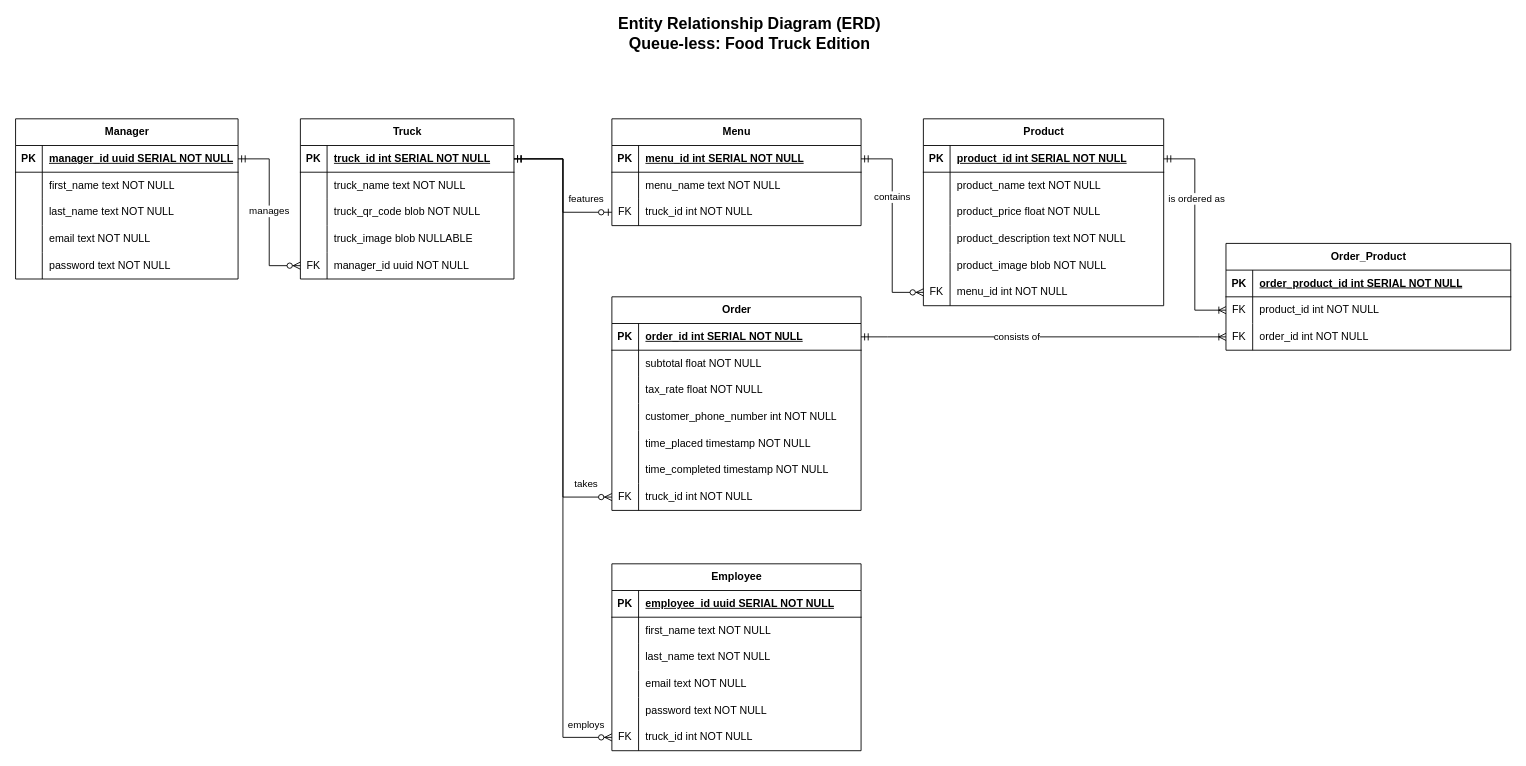
Above: qless/documentation/ERD.drawio in MasonKrause7/qless-host (draw.io), before the change. Source tidied: cells renumbered, new cells numbered last; positions are measured from the earlier drawing's top-left corner, leaving out a move shared by most shapes. Both pictures are drawn from the tidied source at 89%, with x=0, y=0 at pixel (15, 20).
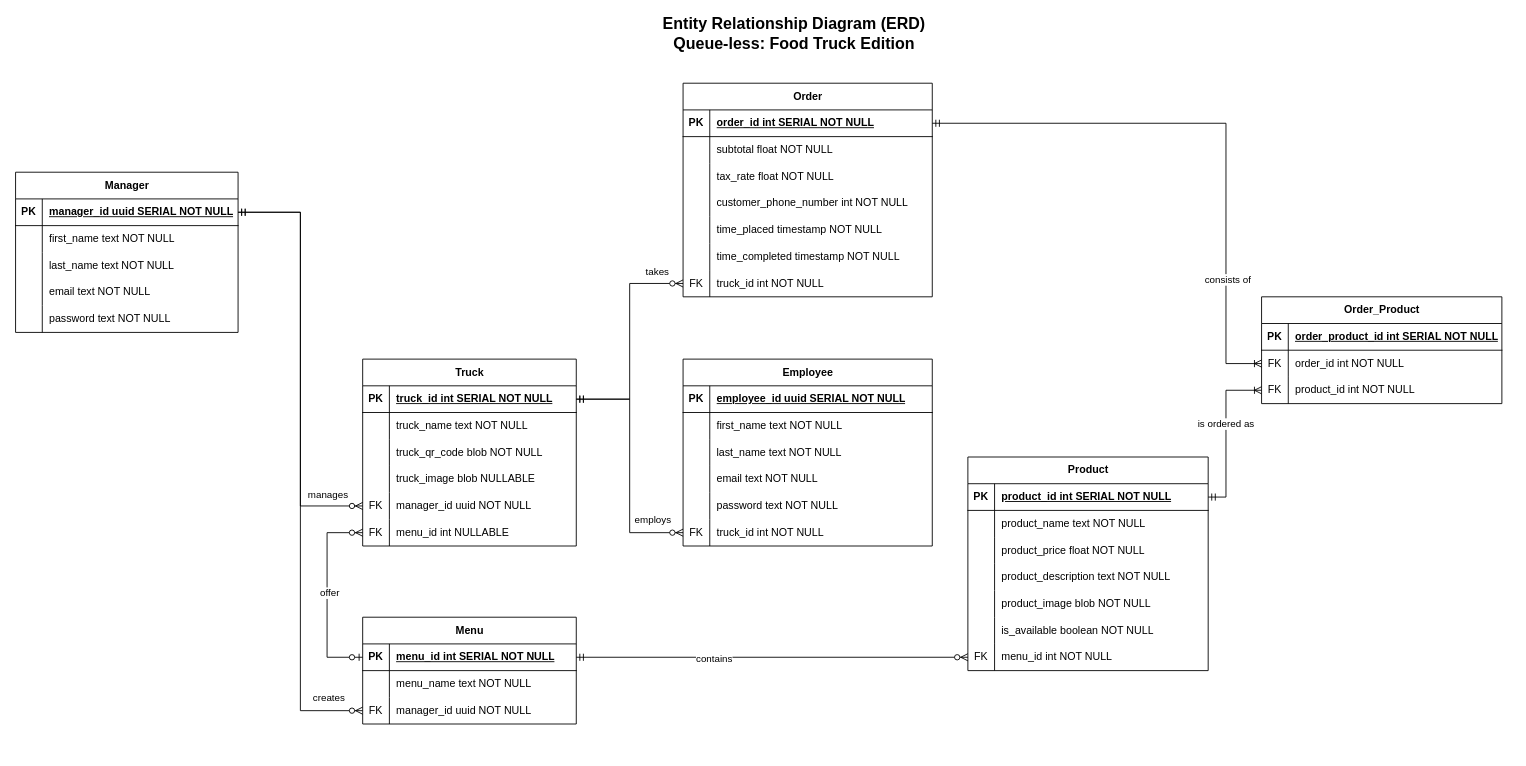
Above is the later version.

Unchanged cells that the change refers to:
```xml
<mxCell id="3" style="shape=tableRow;horizontal=0;startSize=0;swimlaneHead=0;swimlaneBody=0;fillColor=none;points=[[0,0.5],[1,0.5]];portConstraint=eastwest;top=0;left=0;right=0;bottom=1;" parent="2" vertex="1">
  <mxGeometry y="30" width="240" height="30" as="geometry" />
</mxCell>
<mxCell id="19" style="shape=tableRow;horizontal=0;startSize=0;swimlaneHead=0;swimlaneBody=0;fillColor=none;points=[[0,0.5],[1,0.5]];portConstraint=eastwest;top=0;left=0;right=0;bottom=1;" parent="18" vertex="1">
  <mxGeometry y="30" width="250" height="30" as="geometry" />
</mxCell>
<mxCell id="45" style="shape=tableRow;horizontal=0;startSize=0;swimlaneHead=0;swimlaneBody=0;fillColor=none;points=[[0,0.5],[1,0.5]];portConstraint=eastwest;top=0;left=0;right=0;bottom=1;" parent="44" vertex="1">
  <mxGeometry y="30" width="280" height="30" as="geometry" />
</mxCell>
<mxCell id="63" style="shape=tableRow;horizontal=0;startSize=0;swimlaneHead=0;swimlaneBody=0;fillColor=none;points=[[0,0.5],[1,0.5]];portConstraint=eastwest;top=0;left=0;right=0;bottom=0;" parent="44" vertex="1">
  <mxGeometry y="210" width="280" height="30" as="geometry" />
</mxCell>
<mxCell id="67" style="shape=tableRow;horizontal=0;startSize=0;swimlaneHead=0;swimlaneBody=0;fillColor=none;points=[[0,0.5],[1,0.5]];portConstraint=eastwest;top=0;left=0;right=0;bottom=1;" parent="66" vertex="1">
  <mxGeometry y="30" width="270" height="30" as="geometry" />
</mxCell>
<mxCell id="82" style="shape=tableRow;horizontal=0;startSize=0;swimlaneHead=0;swimlaneBody=0;fillColor=none;points=[[0,0.5],[1,0.5]];portConstraint=eastwest;top=0;left=0;right=0;bottom=0;" parent="66" vertex="1">
  <mxGeometry y="180" width="270" height="30" as="geometry" />
</mxCell>
<mxCell id="101" style="edgeStyle=orthogonalEdgeStyle;fontSize=12;html=1;endArrow=ERzeroToMany;startArrow=ERmandOne;rounded=0;exitX=1;exitY=0.5;exitDx=0;exitDy=0;entryX=0;entryY=0.5;entryDx=0;entryDy=0;" parent="1" edge="1" source="3" target="63">
  <mxGeometry relative="1" as="geometry" />
</mxCell>
<mxCell id="105" style="edgeStyle=orthogonalEdgeStyle;fontSize=12;html=1;endArrow=ERzeroToMany;startArrow=ERmandOne;rounded=0;exitX=1;exitY=0.5;exitDx=0;exitDy=0;entryX=0;entryY=0.5;entryDx=0;entryDy=0;" parent="1" edge="1" source="19" target="15">
  <mxGeometry relative="1" as="geometry" />
</mxCell>
<mxCell id="127" style="edgeStyle=orthogonalEdgeStyle;fontSize=12;html=1;endArrow=ERzeroToMany;startArrow=ERmandOne;rounded=0;exitX=1;exitY=0.5;exitDx=0;exitDy=0;entryX=0;entryY=0.5;entryDx=0;entryDy=0;" parent="1" edge="1" source="3" target="124">
  <mxGeometry relative="1" as="geometry" />
</mxCell>
```

Change to the diagram source:
```diff
@@
     <mxCell id="2" value="Truck" style="shape=table;startSize=30;childLayout=tableLayout;rowLines=0;fontStyle=1;align=center;html=1;" parent="1" vertex="1">
-      <mxGeometry x="320" y="110" width="240" height="180" as="geometry" />
+      <mxGeometry x="390" y="380" width="240" height="210" as="geometry" />
     </mxCell>
@@
+    <mxCell id="129" style="shape=tableRow;horizontal=0;startSize=0;swimlaneHead=0;swimlaneBody=0;fillColor=none;points=[[0,0.5],[1,0.5]];portConstraint=eastwest;top=0;left=0;right=0;bottom=0;" parent="2" vertex="1">
+      <mxGeometry y="180" width="240" height="30" as="geometry" />
+    </mxCell>
+    <mxCell id="130" value="FK" style="shape=partialRectangle;fillColor=none;top=0;left=0;bottom=0;right=0;overflow=hidden;whiteSpace=wrap;html=1;" parent="129" vertex="1">
+      <mxGeometry width="30" height="30" as="geometry" />
+    </mxCell>
+    <mxCell id="131" value="menu_id int NULLABLE" style="shape=partialRectangle;fillColor=none;top=0;left=0;bottom=0;right=0;align=left;spacingLeft=6;overflow=hidden;whiteSpace=wrap;html=1;" parent="129" vertex="1">
+      <mxGeometry x="30" width="210" height="30" as="geometry" />
+    </mxCell>
     <mxCell id="18" value="Manager" style="shape=table;startSize=30;childLayout=tableLayout;rowLines=0;fontStyle=1;align=center;html=1;" parent="1" vertex="1">
-      <mxGeometry y="110" width="250" height="180" as="geometry" />
+      <mxGeometry y="170" width="250" height="180" as="geometry" />
     </mxCell>
@@
     <mxCell id="34" value="Menu" style="shape=table;startSize=30;childLayout=tableLayout;rowLines=0;fontStyle=1;align=center;html=1;" parent="1" vertex="1">
-      <mxGeometry x="670" y="110" width="280" height="120" as="geometry" />
+      <mxGeometry x="390" y="670" width="240" height="120" as="geometry" />
     </mxCell>
     <mxCell id="35" style="shape=tableRow;horizontal=0;startSize=0;swimlaneHead=0;swimlaneBody=0;fillColor=none;points=[[0,0.5],[1,0.5]];portConstraint=eastwest;top=0;left=0;right=0;bottom=1;" parent="34" vertex="1">
-      <mxGeometry y="30" width="280" height="30" as="geometry" />
+      <mxGeometry y="30" width="240" height="30" as="geometry" />
     </mxCell>
@@
     <mxCell id="37" value="menu_id int SERIAL NOT NULL" style="shape=partialRectangle;fillColor=none;top=0;left=0;bottom=0;right=0;align=left;spacingLeft=6;fontStyle=5;overflow=hidden;whiteSpace=wrap;html=1;" parent="35" vertex="1">
-      <mxGeometry x="30" width="250" height="30" as="geometry" />
+      <mxGeometry x="30" width="210" height="30" as="geometry" />
     </mxCell>
     <mxCell id="38" style="shape=tableRow;horizontal=0;startSize=0;swimlaneHead=0;swimlaneBody=0;fillColor=none;top=0;left=0;right=0;bottom=0;" parent="34" vertex="1">
-      <mxGeometry y="60" width="280" height="30" as="geometry" />
+      <mxGeometry y="60" width="240" height="30" as="geometry" />
     </mxCell>
@@
     <mxCell id="40" value="menu_name text NOT NULL" style="shape=partialRectangle;fillColor=none;top=0;left=0;bottom=0;right=0;align=left;spacingLeft=6;overflow=hidden;whiteSpace=wrap;html=1;" parent="38" vertex="1">
-      <mxGeometry x="30" width="250" height="30" as="geometry" />
+      <mxGeometry x="30" width="210" height="30" as="geometry" />
     </mxCell>
-    <mxCell id="41" style="shape=tableRow;horizontal=0;startSize=0;swimlaneHead=0;swimlaneBody=0;fillColor=none;points=[[0,0.5],[1,0.5]];portConstraint=eastwest;top=0;left=0;right=0;bottom=0;" parent="34" vertex="1">
-      <mxGeometry y="90" width="280" height="30" as="geometry" />
-    </mxCell>
-    <mxCell id="42" value="FK" style="shape=partialRectangle;fillColor=none;top=0;left=0;bottom=0;right=0;overflow=hidden;whiteSpace=wrap;html=1;" parent="41" vertex="1">
-      <mxGeometry width="30" height="30" as="geometry" />
-    </mxCell>
-    <mxCell id="43" value="truck_id int NOT NULL" style="shape=partialRectangle;fillColor=none;top=0;left=0;bottom=0;right=0;align=left;spacingLeft=6;overflow=hidden;whiteSpace=wrap;html=1;" parent="41" vertex="1">
-      <mxGeometry x="30" width="250" height="30" as="geometry" />
-    </mxCell>
+    <mxCell id="132" style="shape=tableRow;horizontal=0;startSize=0;swimlaneHead=0;swimlaneBody=0;fillColor=none;points=[[0,0.5],[1,0.5]];portConstraint=eastwest;top=0;left=0;right=0;bottom=0;" parent="34" vertex="1">
+      <mxGeometry y="90" width="240" height="30" as="geometry" />
+    </mxCell>
+    <mxCell id="133" value="FK" style="shape=partialRectangle;fillColor=none;top=0;left=0;bottom=0;right=0;overflow=hidden;whiteSpace=wrap;html=1;" parent="132" vertex="1">
+      <mxGeometry width="30" height="30" as="geometry" />
+    </mxCell>
+    <mxCell id="134" value="manager_id uuid NOT NULL" style="shape=partialRectangle;fillColor=none;top=0;left=0;bottom=0;right=0;align=left;spacingLeft=6;overflow=hidden;whiteSpace=wrap;html=1;" parent="132" vertex="1">
+      <mxGeometry x="30" width="210" height="30" as="geometry" />
+    </mxCell>
     <mxCell id="44" value="Order" style="shape=table;startSize=30;childLayout=tableLayout;rowLines=0;fontStyle=1;align=center;html=1;" parent="1" vertex="1">
-      <mxGeometry x="670" y="310" width="280" height="240" as="geometry" />
+      <mxGeometry x="750" y="70" width="280" height="240" as="geometry" />
     </mxCell>
@@
-    <mxCell id="64" value="FK" style="shape=partialRectangle;fillColor=none;top=0;left=0;bottom=0;right=0;overflow=hidden;whiteSpace=wrap;html=1;" parent="63" vertex="1">
-      <mxGeometry width="30" height="30" as="geometry" />
-    </mxCell>
+    <mxCell id="135" value="FK" style="shape=partialRectangle;fillColor=none;top=0;left=0;bottom=0;right=0;overflow=hidden;whiteSpace=wrap;html=1;" parent="63" vertex="1">
+      <mxGeometry width="30" height="30" as="geometry" />
+    </mxCell>
@@
     <mxCell id="66" value="Product" style="shape=table;startSize=30;childLayout=tableLayout;rowLines=0;fontStyle=1;align=center;html=1;" parent="1" vertex="1">
-      <mxGeometry x="1020" y="110" width="270" height="210" as="geometry" />
+      <mxGeometry x="1070" y="490" width="270" height="240" as="geometry" />
     </mxCell>
@@
-    <mxCell id="83" value="FK" style="shape=partialRectangle;fillColor=none;top=0;left=0;bottom=0;right=0;overflow=hidden;whiteSpace=wrap;html=1;" parent="82" vertex="1">
+    <mxCell id="83" style="shape=partialRectangle;fillColor=none;top=0;left=0;bottom=0;right=0;overflow=hidden;whiteSpace=wrap;html=1;" parent="82" vertex="1">
       <mxGeometry width="30" height="30" as="geometry" />
     </mxCell>
-    <mxCell id="84" value="menu_id int NOT NULL" style="shape=partialRectangle;fillColor=none;top=0;left=0;bottom=0;right=0;align=left;spacingLeft=6;overflow=hidden;whiteSpace=wrap;html=1;" parent="82" vertex="1">
+    <mxCell id="84" value="is_available boolean NOT NULL" style="shape=partialRectangle;fillColor=none;top=0;left=0;bottom=0;right=0;align=left;spacingLeft=6;overflow=hidden;whiteSpace=wrap;html=1;" parent="82" vertex="1">
       <mxGeometry x="30" width="240" height="30" as="geometry" />
     </mxCell>
+    <mxCell id="136" style="shape=tableRow;horizontal=0;startSize=0;swimlaneHead=0;swimlaneBody=0;fillColor=none;points=[[0,0.5],[1,0.5]];portConstraint=eastwest;top=0;left=0;right=0;bottom=0;" parent="66" vertex="1">
+      <mxGeometry y="210" width="270" height="30" as="geometry" />
+    </mxCell>
+    <mxCell id="137" value="FK" style="shape=partialRectangle;fillColor=none;top=0;left=0;bottom=0;right=0;overflow=hidden;whiteSpace=wrap;html=1;" parent="136" vertex="1">
+      <mxGeometry width="30" height="30" as="geometry" />
+    </mxCell>
+    <mxCell id="138" value="menu_id int NOT NULL" style="shape=partialRectangle;fillColor=none;top=0;left=0;bottom=0;right=0;align=left;spacingLeft=6;overflow=hidden;whiteSpace=wrap;html=1;" parent="136" vertex="1">
+      <mxGeometry x="30" width="240" height="30" as="geometry" />
+    </mxCell>
     <mxCell id="85" value="Order_Product" style="shape=table;startSize=30;childLayout=tableLayout;rowLines=0;fontStyle=1;align=center;html=1;" parent="1" vertex="1">
-      <mxGeometry x="1360" y="250" width="320" height="120" as="geometry" />
+      <mxGeometry x="1400" y="310" width="270" height="120" as="geometry" />
     </mxCell>
     <mxCell id="86" style="shape=tableRow;horizontal=0;startSize=0;swimlaneHead=0;swimlaneBody=0;fillColor=none;top=0;left=0;right=0;bottom=1;" parent="85" vertex="1">
-      <mxGeometry y="30" width="320" height="30" as="geometry" />
+      <mxGeometry y="30" width="270" height="30" as="geometry" />
     </mxCell>
@@
     <mxCell id="88" value="order_product_id int SERIAL NOT NULL" style="shape=partialRectangle;fillColor=none;top=0;left=0;bottom=0;right=0;align=left;spacingLeft=6;fontStyle=5;overflow=hidden;whiteSpace=wrap;html=1;" parent="86" vertex="1">
-      <mxGeometry x="30" width="290" height="30" as="geometry" />
+      <mxGeometry x="30" width="240" height="30" as="geometry" />
     </mxCell>
     <mxCell id="89" style="shape=tableRow;horizontal=0;startSize=0;swimlaneHead=0;swimlaneBody=0;fillColor=none;points=[[0,0.5],[1,0.5]];portConstraint=eastwest;top=0;left=0;right=0;bottom=0;" parent="85" vertex="1">
-      <mxGeometry y="60" width="320" height="30" as="geometry" />
+      <mxGeometry y="60" width="270" height="30" as="geometry" />
     </mxCell>
@@
-    <mxCell id="91" value="product_id int NOT NULL" style="shape=partialRectangle;fillColor=none;top=0;left=0;bottom=0;right=0;align=left;spacingLeft=6;overflow=hidden;whiteSpace=wrap;html=1;" parent="89" vertex="1">
-      <mxGeometry x="30" width="290" height="30" as="geometry" />
+    <mxCell id="91" value="order_id int NOT NULL" style="shape=partialRectangle;fillColor=none;top=0;left=0;bottom=0;right=0;align=left;spacingLeft=6;overflow=hidden;whiteSpace=wrap;html=1;" parent="89" vertex="1">
+      <mxGeometry x="30" width="240" height="30" as="geometry" />
     </mxCell>
     <mxCell id="92" style="shape=tableRow;horizontal=0;startSize=0;swimlaneHead=0;swimlaneBody=0;fillColor=none;points=[[0,0.5],[1,0.5]];portConstraint=eastwest;top=0;left=0;right=0;bottom=0;" parent="85" vertex="1">
-      <mxGeometry y="90" width="320" height="30" as="geometry" />
+      <mxGeometry y="90" width="270" height="30" as="geometry" />
     </mxCell>
@@
-    <mxCell id="94" value="order_id int NOT NULL" style="shape=partialRectangle;fillColor=none;top=0;left=0;bottom=0;right=0;align=left;spacingLeft=6;overflow=hidden;whiteSpace=wrap;html=1;" parent="92" vertex="1">
-      <mxGeometry x="30" width="290" height="30" as="geometry" />
+    <mxCell id="94" value="product_id int NOT NULL" style="shape=partialRectangle;fillColor=none;top=0;left=0;bottom=0;right=0;align=left;spacingLeft=6;overflow=hidden;whiteSpace=wrap;html=1;" parent="92" vertex="1">
+      <mxGeometry x="30" width="240" height="30" as="geometry" />
     </mxCell>
-    <mxCell id="95" style="edgeStyle=orthogonalEdgeStyle;fontSize=12;html=1;endArrow=ERzeroToOne;startArrow=ERmandOne;rounded=0;exitX=1;exitY=0.5;exitDx=0;exitDy=0;entryX=0;entryY=0.5;entryDx=0;entryDy=0;" parent="1" edge="1" source="3" target="41">
-      <mxGeometry relative="1" as="geometry" />
-    </mxCell>
-    <mxCell id="96" value="features" style="edgeLabel;html=1;align=center;verticalAlign=middle;" parent="95" vertex="1">
-      <mxGeometry x="-0.15" y="-1" relative="1" as="geometry">
-        <mxPoint x="26" y="27" as="offset" />
-      </mxGeometry>
-    </mxCell>
-    <mxCell id="97" style="edgeStyle=orthogonalEdgeStyle;fontSize=12;html=1;endArrow=ERzeroToMany;startArrow=ERmandOne;rounded=0;exitX=1;exitY=0.5;exitDx=0;exitDy=0;entryX=0;entryY=0.5;entryDx=0;entryDy=0;" parent="1" edge="1" source="35" target="82">
+    <mxCell id="97" style="edgeStyle=orthogonalEdgeStyle;fontSize=12;html=1;endArrow=ERzeroToMany;startArrow=ERmandOne;rounded=0;exitX=1;exitY=0.5;exitDx=0;exitDy=0;entryX=0;entryY=0.5;entryDx=0;entryDy=0;" parent="1" edge="1" source="35" target="136">
       <mxGeometry relative="1" as="geometry" />
     </mxCell>
@@
-    <mxCell id="99" style="edgeStyle=entityRelationEdgeStyle;fontSize=12;html=1;endArrow=ERoneToMany;startArrow=ERmandOne;rounded=0;exitX=1;exitY=0.5;exitDx=0;exitDy=0;entryX=0;entryY=0.5;entryDx=0;entryDy=0;" parent="1" edge="1" source="45" target="92">
-      <mxGeometry relative="1" as="geometry" />
+    <mxCell id="99" style="edgeStyle=orthogonalEdgeStyle;fontSize=12;html=1;endArrow=ERoneToMany;startArrow=ERmandOne;rounded=0;exitX=1;exitY=0.5;exitDx=0;exitDy=0;entryX=0;entryY=0.5;entryDx=0;entryDy=0;" parent="1" edge="1" source="45" target="89">
+      <mxGeometry relative="1" as="geometry">
+        <Array as="points">
+          <mxPoint x="1360" y="115" />
+          <mxPoint x="1360" y="385" />
+        </Array>
+      </mxGeometry>
     </mxCell>
     <mxCell id="100" value="consists of" style="edgeLabel;html=1;align=center;verticalAlign=middle;" parent="99" vertex="1">
-      <mxGeometry x="-0.15" y="1" relative="1" as="geometry" />
+      <mxGeometry x="-0.15" y="1" relative="1" as="geometry">
+        <mxPoint x="59" y="176" as="offset" />
+      </mxGeometry>
     </mxCell>
@@
     <mxCell id="102" value="takes" style="edgeLabel;html=1;align=center;verticalAlign=middle;" parent="101" vertex="1">
       <mxGeometry x="-0.24" y="-1" relative="1" as="geometry">
-        <mxPoint x="26" y="233" as="offset" />
+        <mxPoint x="29" y="-109" as="offset" />
       </mxGeometry>
     </mxCell>
-    <mxCell id="103" style="edgeStyle=orthogonalEdgeStyle;fontSize=12;html=1;endArrow=ERoneToMany;startArrow=ERmandOne;rounded=0;exitX=1;exitY=0.5;exitDx=0;exitDy=0;entryX=0;entryY=0.5;entryDx=0;entryDy=0;" parent="1" edge="1" source="67" target="89">
-      <mxGeometry relative="1" as="geometry" />
+    <mxCell id="103" style="edgeStyle=orthogonalEdgeStyle;fontSize=12;html=1;endArrow=ERoneToMany;startArrow=ERmandOne;rounded=0;exitX=1;exitY=0.5;exitDx=0;exitDy=0;entryX=0;entryY=0.5;entryDx=0;entryDy=0;" parent="1" edge="1" source="67" target="92">
+      <mxGeometry relative="1" as="geometry">
+        <Array as="points">
+          <mxPoint x="1360" y="535" />
+          <mxPoint x="1360" y="415" />
+        </Array>
+      </mxGeometry>
     </mxCell>
@@
     <mxCell id="106" value="manages" style="edgeLabel;html=1;align=center;verticalAlign=middle;" parent="105" vertex="1">
-      <mxGeometry x="-0.02" y="-1" relative="1" as="geometry" />
+      <mxGeometry x="-0.02" y="-1" relative="1" as="geometry">
+        <mxPoint x="31" y="156" as="offset" />
+      </mxGeometry>
     </mxCell>
     <mxCell id="107" value="&lt;font style=&quot;font-size: 18px;&quot;&gt;&lt;b&gt;Entity Relationship Diagram (ERD)&lt;br&gt;Queue-less: Food Truck Edition&lt;/b&gt;&lt;/font&gt;" style="text;html=1;align=center;verticalAlign=middle;whiteSpace=wrap;rounded=0;" parent="1" vertex="1">
-      <mxGeometry x="510" width="630" height="30" as="geometry" />
+      <mxGeometry x="560" width="630" height="30" as="geometry" />
     </mxCell>
     <mxCell id="108" value="Employee" style="shape=table;startSize=30;childLayout=tableLayout;rowLines=0;fontStyle=1;align=center;html=1;" parent="1" vertex="1">
-      <mxGeometry x="670" y="610" width="280" height="210" as="geometry" />
+      <mxGeometry x="750" y="380" width="280" height="210" as="geometry" />
     </mxCell>
@@
     <mxCell id="128" value="employs" style="edgeLabel;html=1;align=center;verticalAlign=middle;" parent="127" vertex="1">
       <mxGeometry x="0.74" y="4" relative="1" as="geometry">
-        <mxPoint x="21" y="29" as="offset" />
+        <mxPoint y="-11" as="offset" />
       </mxGeometry>
     </mxCell>
+    <mxCell id="139" style="edgeStyle=orthogonalEdgeStyle;fontSize=12;html=1;endArrow=ERzeroToMany;startArrow=ERmandOne;rounded=0;exitX=1;exitY=0.5;exitDx=0;exitDy=0;entryX=0;entryY=0.5;entryDx=0;entryDy=0;" parent="1" edge="1" source="19" target="132">
+      <mxGeometry relative="1" as="geometry" />
+    </mxCell>
+    <mxCell id="140" value="creates" style="edgeLabel;html=1;align=center;verticalAlign=middle;" parent="139" vertex="1">
+      <mxGeometry x="0.84" y="3" relative="1" as="geometry">
+        <mxPoint x="17" y="-12" as="offset" />
+      </mxGeometry>
+    </mxCell>
+    <mxCell id="141" style="edgeStyle=orthogonalEdgeStyle;fontSize=12;html=1;endArrow=ERzeroToMany;startArrow=ERzeroToOne;rounded=0;exitX=0;exitY=0.5;exitDx=0;exitDy=0;entryX=0;entryY=0.5;entryDx=0;entryDy=0;" parent="1" edge="1" source="35" target="129">
+      <mxGeometry relative="1" as="geometry">
+        <Array as="points">
+          <mxPoint x="350" y="715" />
+          <mxPoint x="350" y="575" />
+        </Array>
+      </mxGeometry>
+    </mxCell>
+    <mxCell id="142" value="offer" style="edgeLabel;html=1;align=center;verticalAlign=middle;" parent="141" vertex="1">
+      <mxGeometry x="0.03" y="-2" relative="1" as="geometry" />
+    </mxCell>
```
